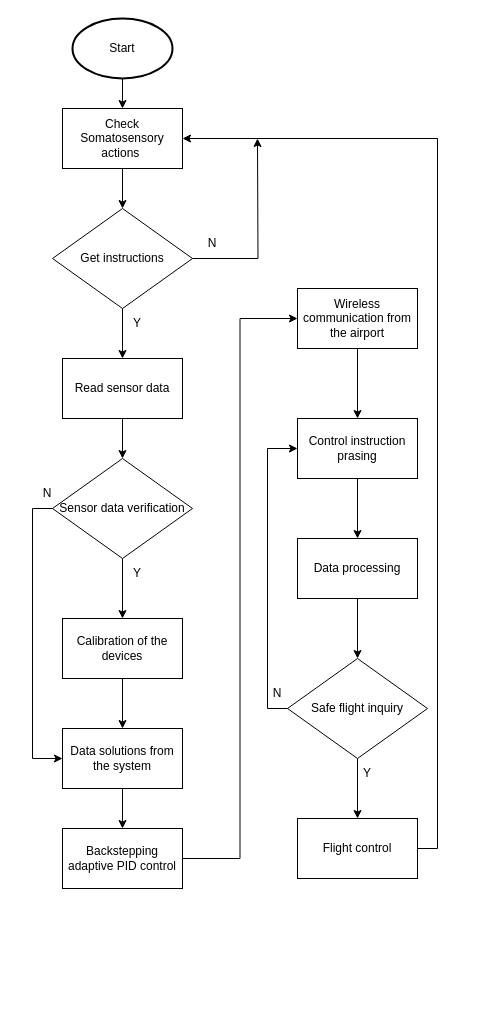
The draw.io diagram Untitled Diagram.drawio in IT21040344/IT21040344, before the edit. Source tidied: cells renumbered, new cells numbered last; positions are measured from the earlier drawing's top-left corner, leaving out a move shared by most shapes. Both pictures are drawn from the tidied source at 100%, with x=0, y=0 at pixel (17, 18).
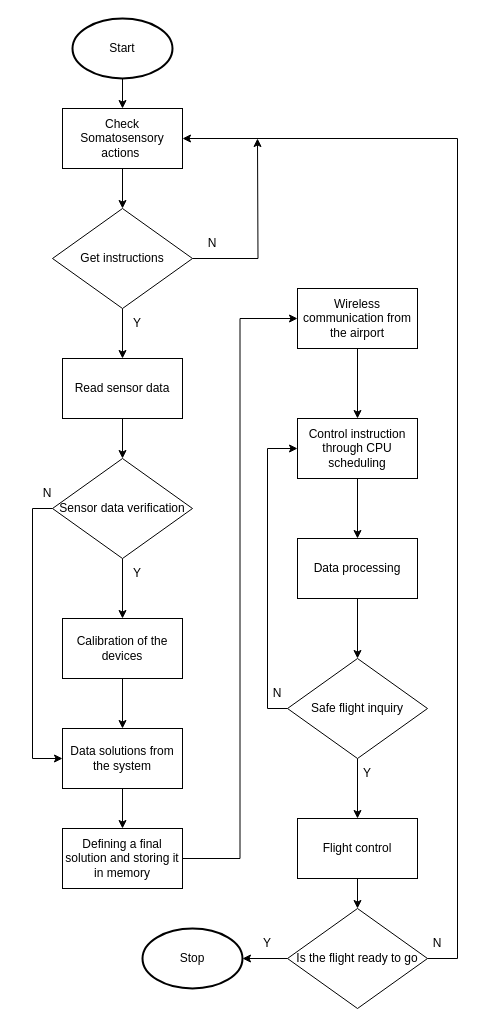
Above is the later version.

Unchanged cells that the change refers to:
```xml
<mxCell id="5" value="Check Somatosensory actions&amp;nbsp;" style="rounded=0;whiteSpace=wrap;html=1;" parent="1" vertex="1">
  <mxGeometry x="45" y="90" width="120" height="60" as="geometry" />
</mxCell>
<mxCell id="30" value="Flight control" style="rounded=0;whiteSpace=wrap;html=1;" parent="1" vertex="1">
  <mxGeometry x="280" y="800" width="120" height="60" as="geometry" />
</mxCell>
```

What changed in the source:
```diff
@@
-    <mxCell id="19" value="Backstepping adaptive PID control" style="rounded=0;whiteSpace=wrap;html=1;" parent="1" vertex="1">
+    <mxCell id="19" value="Defining a final solution and storing it in memory" style="rounded=0;whiteSpace=wrap;html=1;" parent="1" vertex="1">
       <mxGeometry x="45" y="810" width="120" height="60" as="geometry" />
     </mxCell>
@@
-    <mxCell id="25" value="Control instruction prasing" style="rounded=0;whiteSpace=wrap;html=1;" parent="1" vertex="1">
+    <mxCell id="25" value="Control instruction through CPU scheduling" style="rounded=0;whiteSpace=wrap;html=1;" parent="1" vertex="1">
       <mxGeometry x="280" y="400" width="120" height="60" as="geometry" />
     </mxCell>
@@
-    <mxCell id="29" style="edgeStyle=orthogonalEdgeStyle;rounded=0;jettySize=auto;html=1;exitX=1;exitY=0.5;exitDx=0;exitDy=0;entryX=1;entryY=0.5;entryDx=0;entryDy=0;" parent="1" edge="1" source="30" target="5">
-      <mxGeometry relative="1" as="geometry" />
+    <mxCell id="29" style="edgeStyle=orthogonalEdgeStyle;rounded=0;jettySize=auto;html=1;exitX=1;exitY=0.5;exitDx=0;exitDy=0;entryX=1;entryY=0.5;entryDx=0;entryDy=0;" parent="1" edge="1" source="39" target="5">
+      <mxGeometry relative="1" as="geometry">
+        <Array as="points">
+          <mxPoint x="440" y="940" />
+          <mxPoint x="440" y="120" />
+        </Array>
+      </mxGeometry>
     </mxCell>
+    <mxCell id="37" style="edgeStyle=orthogonalEdgeStyle;rounded=0;jettySize=auto;html=1;exitX=0.5;exitY=1;exitDx=0;exitDy=0;entryX=0.5;entryY=0;entryDx=0;entryDy=0;" parent="1" edge="1" source="30" target="39">
+      <mxGeometry relative="1" as="geometry" />
+    </mxCell>
@@
+    <mxCell id="38" style="edgeStyle=orthogonalEdgeStyle;rounded=0;jettySize=auto;html=1;exitX=0;exitY=0.5;exitDx=0;exitDy=0;entryX=1;entryY=0.5;entryDx=0;entryDy=0;entryPerimeter=0;" parent="1" edge="1" source="39" target="41">
+      <mxGeometry relative="1" as="geometry" />
+    </mxCell>
+    <mxCell id="39" value="Is the flight ready to go" style="rhombus;whiteSpace=wrap;html=1;" parent="1" vertex="1">
+      <mxGeometry x="270" y="890" width="140" height="100" as="geometry" />
+    </mxCell>
+    <mxCell id="40" value="Y" style="text;html=1;strokeColor=none;fillColor=none;align=center;verticalAlign=middle;whiteSpace=wrap;rounded=0;" parent="1" vertex="1">
+      <mxGeometry x="220" y="910" width="60" height="30" as="geometry" />
+    </mxCell>
+    <mxCell id="41" value="Stop" style="strokeWidth=2;html=1;shape=mxgraph.flowchart.start_1;whiteSpace=wrap;" parent="1" vertex="1">
+      <mxGeometry x="125" y="910" width="100" height="60" as="geometry" />
+    </mxCell>
+    <mxCell id="42" value="N" style="text;html=1;strokeColor=none;fillColor=none;align=center;verticalAlign=middle;whiteSpace=wrap;rounded=0;" parent="1" vertex="1">
+      <mxGeometry x="390" y="910" width="60" height="30" as="geometry" />
+    </mxCell>
```
